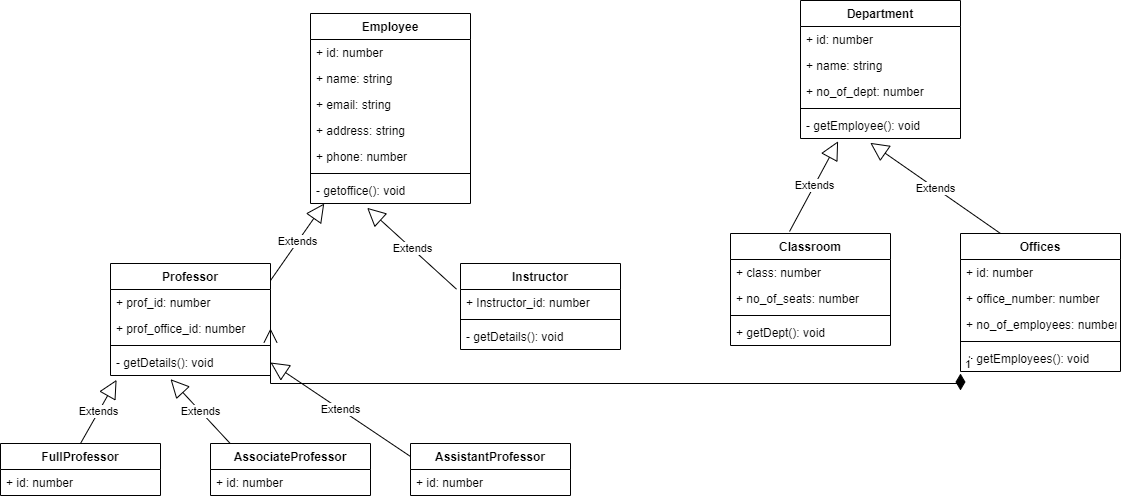
Above: Java Core 11/university.drawio.png in Ayu-Github07/Assignments (draw.io), before the change. Source tidied: cells renumbered, new cells last; positions are measured from the earlier drawing's top-left corner, leaving out a move shared by most shapes. Its diagram source:
```xml
<mxGraphModel>
  <root>
    <mxCell id="0" />
    <mxCell id="1" parent="0" />
    <mxCell id="2" value="Employee" style="swimlane;fontStyle=1;align=center;verticalAlign=top;horizontal=1;startSize=26;" parent="1" vertex="1">
      <mxGeometry x="310" y="13" width="160" height="190" as="geometry" />
    </mxCell>
    <mxCell id="3" value="+ id: number" style="text;strokeColor=none;fillColor=none;align=left;verticalAlign=top;spacingLeft=4;spacingRight=4;overflow=hidden;" parent="2" vertex="1">
      <mxGeometry y="26" width="160" height="26" as="geometry" />
    </mxCell>
    <mxCell id="4" value="+ name: string" style="text;strokeColor=none;fillColor=none;align=left;verticalAlign=top;spacingLeft=4;spacingRight=4;overflow=hidden;" parent="2" vertex="1">
      <mxGeometry y="52" width="160" height="26" as="geometry" />
    </mxCell>
    <mxCell id="5" value="+ email: string" style="text;strokeColor=none;fillColor=none;align=left;verticalAlign=top;spacingLeft=4;spacingRight=4;overflow=hidden;points=[[0,0.5],[1,0.5]];portConstraint=eastwest;" parent="2" vertex="1">
      <mxGeometry y="78" width="160" height="26" as="geometry" />
    </mxCell>
    <mxCell id="6" value="+ address: string" style="text;strokeColor=none;fillColor=none;align=left;verticalAlign=top;spacingLeft=4;spacingRight=4;overflow=hidden;" parent="2" vertex="1">
      <mxGeometry y="104" width="160" height="26" as="geometry" />
    </mxCell>
    <mxCell id="7" value="+ phone: number" style="text;strokeColor=none;fillColor=none;align=left;verticalAlign=top;spacingLeft=4;spacingRight=4;overflow=hidden;" parent="2" vertex="1">
      <mxGeometry y="130" width="160" height="26" as="geometry" />
    </mxCell>
    <mxCell id="8" style="line;strokeWidth=1;fillColor=none;align=left;verticalAlign=middle;spacingTop=-1;spacingLeft=3;spacingRight=3;labelPosition=right;" parent="2" vertex="1">
      <mxGeometry y="156" width="160" height="8" as="geometry" />
    </mxCell>
    <mxCell id="9" value="- getoffice(): void" style="text;strokeColor=none;fillColor=none;align=left;verticalAlign=top;spacingLeft=4;spacingRight=4;overflow=hidden;points=[[0,0.5],[1,0.5]];portConstraint=eastwest;" parent="2" vertex="1">
      <mxGeometry y="164" width="160" height="26" as="geometry" />
    </mxCell>
    <mxCell id="10" value="Professor" style="swimlane;fontStyle=1;align=center;verticalAlign=top;horizontal=1;startSize=26;" parent="1" vertex="1">
      <mxGeometry x="110" y="263" width="160" height="112" as="geometry" />
    </mxCell>
    <mxCell id="11" value="+ prof_id: number" style="text;strokeColor=none;fillColor=none;align=left;verticalAlign=top;spacingLeft=4;spacingRight=4;overflow=hidden;" parent="10" vertex="1">
      <mxGeometry y="26" width="160" height="26" as="geometry" />
    </mxCell>
    <mxCell id="12" value="+ prof_office_id: number" style="text;strokeColor=none;fillColor=none;align=left;verticalAlign=top;spacingLeft=4;spacingRight=4;overflow=hidden;points=[[0,0.5],[1,0.5]];portConstraint=eastwest;" parent="10" vertex="1">
      <mxGeometry y="52" width="160" height="26" as="geometry" />
    </mxCell>
    <mxCell id="13" style="line;strokeWidth=1;fillColor=none;align=left;verticalAlign=middle;spacingTop=-1;spacingLeft=3;spacingRight=3;labelPosition=right;" parent="10" vertex="1">
      <mxGeometry y="78" width="160" height="8" as="geometry" />
    </mxCell>
    <mxCell id="14" value="- getDetails(): void" style="text;strokeColor=none;fillColor=none;align=left;verticalAlign=top;spacingLeft=4;spacingRight=4;overflow=hidden;points=[[0,0.5],[1,0.5]];portConstraint=eastwest;" parent="10" vertex="1">
      <mxGeometry y="86" width="160" height="26" as="geometry" />
    </mxCell>
    <mxCell id="15" value="Instructor" style="swimlane;fontStyle=1;align=center;verticalAlign=top;horizontal=1;startSize=26;" parent="1" vertex="1">
      <mxGeometry x="460" y="263" width="160" height="86" as="geometry" />
    </mxCell>
    <mxCell id="16" value="+ Instructor_id: number" style="text;strokeColor=none;fillColor=none;align=left;verticalAlign=top;spacingLeft=4;spacingRight=4;overflow=hidden;points=[[0,0.5],[1,0.5]];portConstraint=eastwest;" parent="15" vertex="1">
      <mxGeometry y="26" width="160" height="26" as="geometry" />
    </mxCell>
    <mxCell id="17" style="line;strokeWidth=1;fillColor=none;align=left;verticalAlign=middle;spacingTop=-1;spacingLeft=3;spacingRight=3;labelPosition=right;" parent="15" vertex="1">
      <mxGeometry y="52" width="160" height="8" as="geometry" />
    </mxCell>
    <mxCell id="18" value="- getDetails(): void" style="text;strokeColor=none;fillColor=none;align=left;verticalAlign=top;spacingLeft=4;spacingRight=4;overflow=hidden;" parent="15" vertex="1">
      <mxGeometry y="60" width="160" height="26" as="geometry" />
    </mxCell>
    <mxCell id="19" value="FullProfessor" style="swimlane;fontStyle=1;align=center;verticalAlign=top;horizontal=1;startSize=26;" parent="1" vertex="1">
      <mxGeometry y="443" width="160" height="52" as="geometry" />
    </mxCell>
    <mxCell id="20" value="+ id: number" style="text;strokeColor=none;fillColor=none;align=left;verticalAlign=top;spacingLeft=4;spacingRight=4;overflow=hidden;" parent="19" vertex="1">
      <mxGeometry y="26" width="160" height="26" as="geometry" />
    </mxCell>
    <mxCell id="21" value="AssociateProfessor" style="swimlane;fontStyle=1;align=center;verticalAlign=top;horizontal=1;startSize=26;" parent="1" vertex="1">
      <mxGeometry x="210" y="443" width="160" height="52" as="geometry" />
    </mxCell>
    <mxCell id="22" value="+ id: number" style="text;strokeColor=none;fillColor=none;align=left;verticalAlign=top;spacingLeft=4;spacingRight=4;overflow=hidden;" parent="21" vertex="1">
      <mxGeometry y="26" width="160" height="26" as="geometry" />
    </mxCell>
    <mxCell id="23" value="AssistantProfessor" style="swimlane;fontStyle=1;align=center;verticalAlign=top;horizontal=1;startSize=26;" parent="1" vertex="1">
      <mxGeometry x="410" y="443" width="160" height="52" as="geometry" />
    </mxCell>
    <mxCell id="24" value="+ id: number" style="text;strokeColor=none;fillColor=none;align=left;verticalAlign=top;spacingLeft=4;spacingRight=4;overflow=hidden;" parent="23" vertex="1">
      <mxGeometry y="26" width="160" height="26" as="geometry" />
    </mxCell>
    <mxCell id="25" value="Extends" style="endArrow=block;endSize=16;endFill=0;html=1;rounded=0;exitX=1;exitY=0.152;exitDx=0;exitDy=0;exitPerimeter=0;" parent="1" edge="1" source="10" target="2">
      <mxGeometry relative="1" as="geometry" />
    </mxCell>
    <mxCell id="26" value="Extends" style="endArrow=block;endSize=16;endFill=0;html=1;rounded=0;exitX=-0.025;exitY=-0.013;exitDx=0;exitDy=0;exitPerimeter=0;entryX=0.354;entryY=1.167;entryDx=0;entryDy=0;entryPerimeter=0;" parent="1" edge="1" source="16" target="9">
      <mxGeometry relative="1" as="geometry" />
    </mxCell>
    <mxCell id="27" value="Extends" style="endArrow=block;endSize=16;endFill=0;html=1;rounded=0;exitX=0.5;exitY=0;exitDx=0;exitDy=0;entryX=0.038;entryY=1.167;entryDx=0;entryDy=0;entryPerimeter=0;" parent="1" edge="1" source="19" target="14">
      <mxGeometry relative="1" as="geometry" />
    </mxCell>
    <mxCell id="28" value="Extends" style="endArrow=block;endSize=16;endFill=0;html=1;rounded=0;exitX=0.125;exitY=0.006;exitDx=0;exitDy=0;exitPerimeter=0;entryX=0.375;entryY=1.141;entryDx=0;entryDy=0;entryPerimeter=0;" parent="1" edge="1" source="21" target="14">
      <mxGeometry relative="1" as="geometry" />
    </mxCell>
    <mxCell id="29" value="Extends" style="endArrow=block;endSize=16;endFill=0;html=1;rounded=0;exitX=0;exitY=0.25;exitDx=0;exitDy=0;entryX=1;entryY=0.5;entryDx=0;entryDy=0;" parent="1" edge="1" source="23" target="14">
      <mxGeometry relative="1" as="geometry" />
    </mxCell>
    <mxCell id="30" value="Department" style="swimlane;fontStyle=1;align=center;verticalAlign=top;horizontal=1;startSize=26;" parent="1" vertex="1">
      <mxGeometry x="800" width="160" height="138" as="geometry" />
    </mxCell>
    <mxCell id="31" value="+ id: number" style="text;strokeColor=none;fillColor=none;align=left;verticalAlign=top;spacingLeft=4;spacingRight=4;overflow=hidden;" parent="30" vertex="1">
      <mxGeometry y="26" width="160" height="26" as="geometry" />
    </mxCell>
    <mxCell id="32" value="+ name: string" style="text;strokeColor=none;fillColor=none;align=left;verticalAlign=top;spacingLeft=4;spacingRight=4;overflow=hidden;" parent="30" vertex="1">
      <mxGeometry y="52" width="160" height="26" as="geometry" />
    </mxCell>
    <mxCell id="33" value="+ no_of_dept: number" style="text;strokeColor=none;fillColor=none;align=left;verticalAlign=top;spacingLeft=4;spacingRight=4;overflow=hidden;points=[[0,0.5],[1,0.5]];portConstraint=eastwest;" parent="30" vertex="1">
      <mxGeometry y="78" width="160" height="26" as="geometry" />
    </mxCell>
    <mxCell id="34" style="line;strokeWidth=1;fillColor=none;align=left;verticalAlign=middle;spacingTop=-1;spacingLeft=3;spacingRight=3;labelPosition=right;" parent="30" vertex="1">
      <mxGeometry y="104" width="160" height="8" as="geometry" />
    </mxCell>
    <mxCell id="35" value="- getEmployee(): void" style="text;strokeColor=none;fillColor=none;align=left;verticalAlign=top;spacingLeft=4;spacingRight=4;overflow=hidden;points=[[0,0.5],[1,0.5]];portConstraint=eastwest;" parent="30" vertex="1">
      <mxGeometry y="112" width="160" height="26" as="geometry" />
    </mxCell>
    <mxCell id="36" value="Classroom" style="swimlane;fontStyle=1;align=center;verticalAlign=top;horizontal=1;startSize=26;" parent="1" vertex="1">
      <mxGeometry x="730" y="233" width="160" height="112" as="geometry" />
    </mxCell>
    <mxCell id="37" value="+ class: number" style="text;strokeColor=none;fillColor=none;align=left;verticalAlign=top;spacingLeft=4;spacingRight=4;overflow=hidden;" parent="36" vertex="1">
      <mxGeometry y="26" width="160" height="26" as="geometry" />
    </mxCell>
    <mxCell id="38" value="+ no_of_seats: number" style="text;strokeColor=none;fillColor=none;align=left;verticalAlign=top;spacingLeft=4;spacingRight=4;overflow=hidden;" parent="36" vertex="1">
      <mxGeometry y="52" width="160" height="26" as="geometry" />
    </mxCell>
    <mxCell id="39" style="line;strokeWidth=1;fillColor=none;align=left;verticalAlign=middle;spacingTop=-1;spacingLeft=3;spacingRight=3;labelPosition=right;" parent="36" vertex="1">
      <mxGeometry y="78" width="160" height="8" as="geometry" />
    </mxCell>
    <mxCell id="40" value="+ getDept(): void" style="text;strokeColor=none;fillColor=none;align=left;verticalAlign=top;spacingLeft=4;spacingRight=4;overflow=hidden;" parent="36" vertex="1">
      <mxGeometry y="86" width="160" height="26" as="geometry" />
    </mxCell>
    <mxCell id="41" value="Extends" style="endArrow=block;endSize=16;endFill=0;html=1;rounded=0;exitX=0.369;exitY=-0.018;exitDx=0;exitDy=0;exitPerimeter=0;entryX=0.235;entryY=1.106;entryDx=0;entryDy=0;entryPerimeter=0;" parent="1" edge="1" source="36" target="35">
      <mxGeometry relative="1" as="geometry" />
    </mxCell>
    <mxCell id="42" value="Offices" style="swimlane;fontStyle=1;align=center;verticalAlign=top;horizontal=1;startSize=26;" parent="1" vertex="1">
      <mxGeometry x="960" y="233" width="160" height="138" as="geometry" />
    </mxCell>
    <mxCell id="43" value="+ id: number" style="text;strokeColor=none;fillColor=none;align=left;verticalAlign=top;spacingLeft=4;spacingRight=4;overflow=hidden;" parent="42" vertex="1">
      <mxGeometry y="26" width="160" height="26" as="geometry" />
    </mxCell>
    <mxCell id="44" value="+ office_number: number" style="text;strokeColor=none;fillColor=none;align=left;verticalAlign=top;spacingLeft=4;spacingRight=4;overflow=hidden;" parent="42" vertex="1">
      <mxGeometry y="52" width="160" height="26" as="geometry" />
    </mxCell>
    <mxCell id="45" value="+ no_of_employees: number" style="text;strokeColor=none;fillColor=none;align=left;verticalAlign=top;spacingLeft=4;spacingRight=4;overflow=hidden;" parent="42" vertex="1">
      <mxGeometry y="78" width="160" height="26" as="geometry" />
    </mxCell>
    <mxCell id="46" style="line;strokeWidth=1;fillColor=none;align=left;verticalAlign=middle;spacingTop=-1;spacingLeft=3;spacingRight=3;labelPosition=right;" parent="42" vertex="1">
      <mxGeometry y="104" width="160" height="8" as="geometry" />
    </mxCell>
    <mxCell id="47" value="+ getEmployees(): void" style="text;strokeColor=none;fillColor=none;align=left;verticalAlign=top;spacingLeft=4;spacingRight=4;overflow=hidden;" parent="42" vertex="1">
      <mxGeometry y="112" width="160" height="26" as="geometry" />
    </mxCell>
    <mxCell id="48" value="Extends" style="endArrow=block;endSize=16;endFill=0;html=1;rounded=0;exitX=0.25;exitY=0;exitDx=0;exitDy=0;entryX=0.436;entryY=1.167;entryDx=0;entryDy=0;entryPerimeter=0;" parent="1" edge="1" source="42" target="35">
      <mxGeometry relative="1" as="geometry" />
    </mxCell>
    <mxCell id="49" value="1" style="endArrow=open;html=1;endSize=12;startArrow=diamondThin;startSize=14;startFill=1;edgeStyle=orthogonalEdgeStyle;align=left;verticalAlign=bottom;rounded=0;entryX=1;entryY=0.5;entryDx=0;entryDy=0;" parent="1" edge="1" target="12">
      <mxGeometry x="-1" y="3" relative="1" as="geometry">
        <mxPoint x="960" y="373" as="sourcePoint" />
        <Array as="points">
          <mxPoint x="270" y="383" />
        </Array>
      </mxGeometry>
    </mxCell>
  </root>
</mxGraphModel>
```
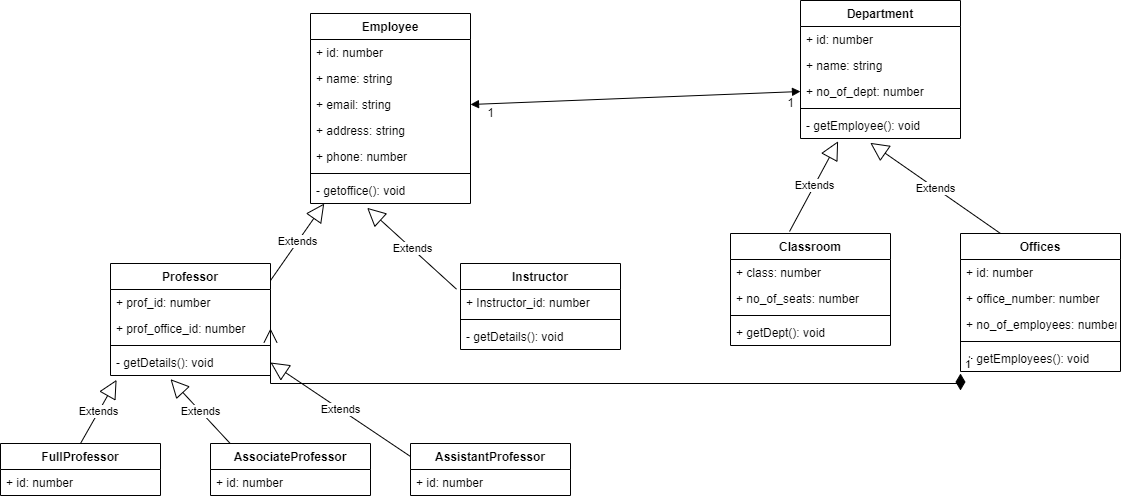
After the change.

Diff of the diagram source:
```diff
@@ -151,5 +151,14 @@
         </Array>
       </mxGeometry>
     </mxCell>
+    <mxCell id="50" style="endArrow=block;startArrow=block;endFill=1;startFill=1;html=1;rounded=0;exitX=1;exitY=0.5;exitDx=0;exitDy=0;entryX=0;entryY=0.5;entryDx=0;entryDy=0;" parent="1" edge="1" source="5" target="33">
+      <mxGeometry relative="1" as="geometry" />
+    </mxCell>
+    <mxCell id="51" value="1" style="text;html=1;align=center;verticalAlign=middle;strokeColor=none;fillColor=none;" parent="1" vertex="1">
+      <mxGeometry x="480" y="103" width="20" height="20" as="geometry" />
+    </mxCell>
+    <mxCell id="52" value="1" style="text;html=1;align=center;verticalAlign=middle;strokeColor=none;fillColor=none;" parent="1" vertex="1">
+      <mxGeometry x="780" y="93" width="20" height="20" as="geometry" />
+    </mxCell>
   </root>
 </mxGraphModel>
```
